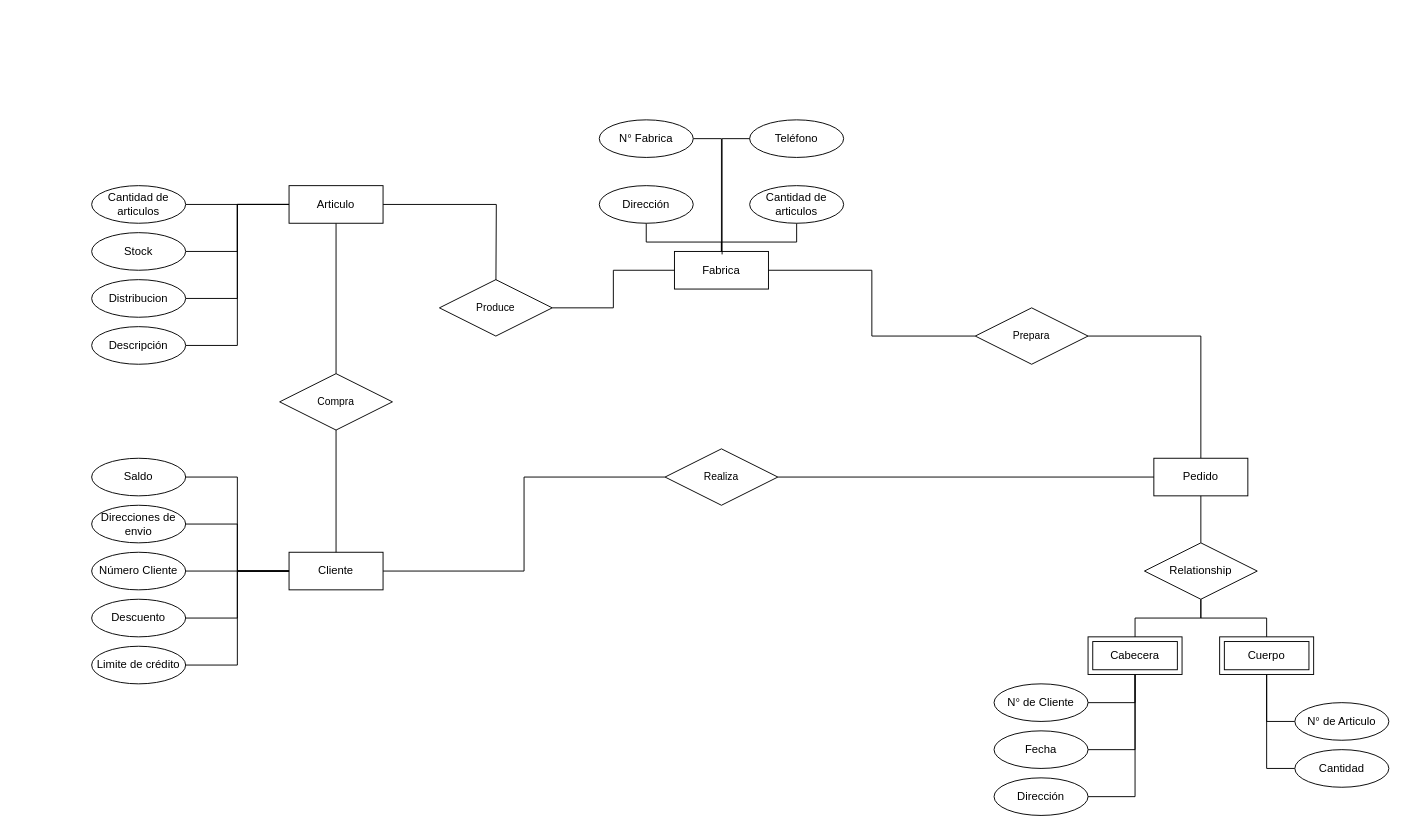
The draw.io diagram Modelamiento/Diagrama sin título.drawio in Ju4nox/UCM, before the edit. Source tidied: cells renumbered, new cells numbered last; positions are measured from the earlier drawing's top-left corner, leaving out a move shared by most shapes. Both pictures are drawn from the tidied source at 94%, with x=0, y=0 at pixel (91, 119).
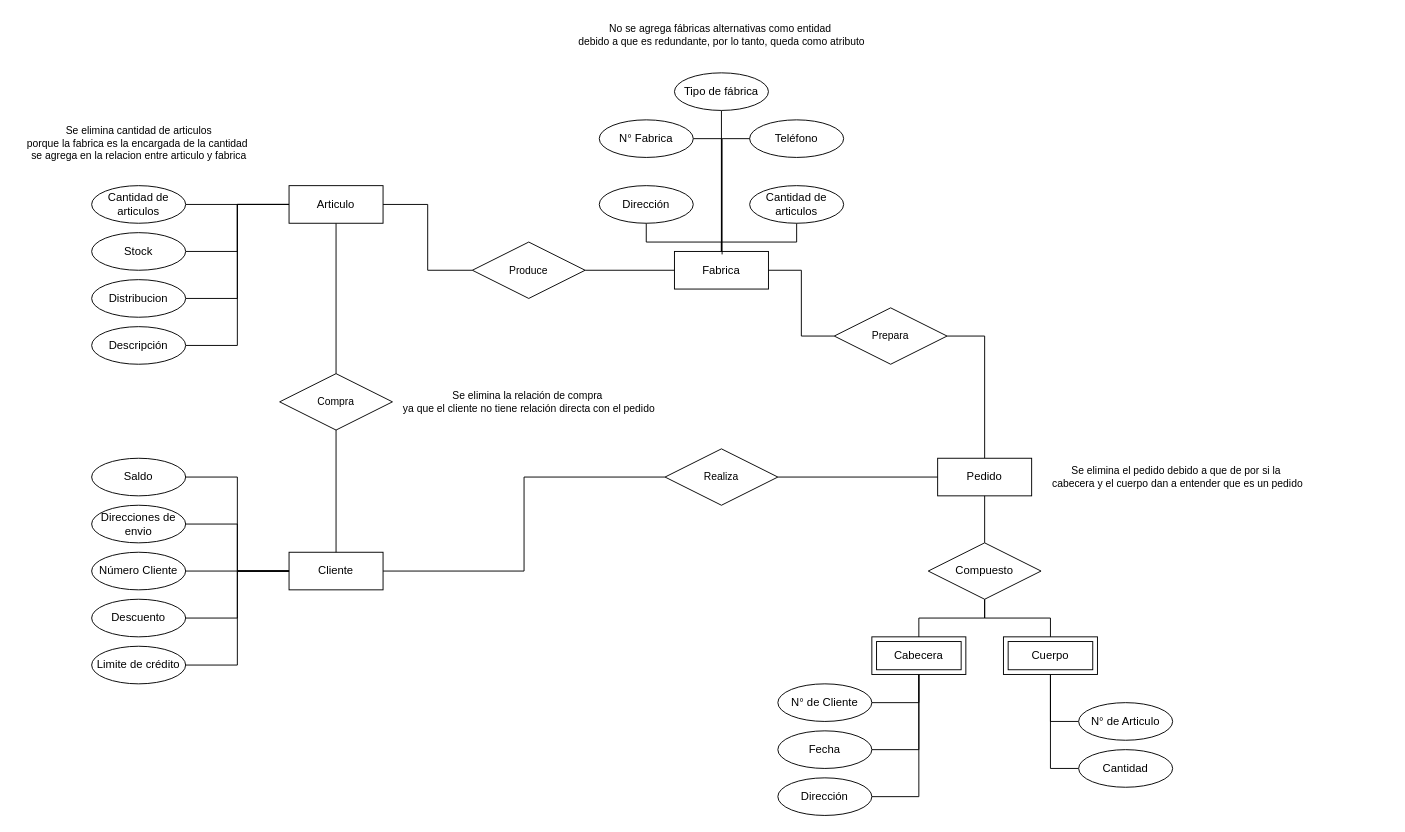
After the change.

The change refers to these unchanged cells:
```xml
<mxCell id="15" value="Articulo" style="whiteSpace=wrap;html=1;align=center;" parent="1" vertex="1">
  <mxGeometry x="210" y="70" width="100" height="40" as="geometry" />
</mxCell>
<mxCell id="39" value="Fabrica" style="whiteSpace=wrap;html=1;align=center;" parent="1" vertex="1">
  <mxGeometry x="620" y="140" width="100" height="40" as="geometry" />
</mxCell>
```

Change to the diagram source:
```diff
@@
     <mxCell id="9" value="Cabecera" style="shape=ext;margin=3;double=1;whiteSpace=wrap;html=1;align=center;" parent="1" vertex="1">
-      <mxGeometry x="1060" y="550" width="100" height="40" as="geometry" />
+      <mxGeometry x="830" y="550" width="100" height="40" as="geometry" />
     </mxCell>
@@
-    <mxCell id="14" style="edgeStyle=orthogonalEdgeStyle;shape=connector;rounded=0;jettySize=auto;html=1;exitX=1;exitY=0.5;exitDx=0;exitDy=0;entryX=0;entryY=0.5;entryDx=0;entryDy=0;strokeColor=default;align=center;verticalAlign=middle;fontFamily=Helvetica;fontSize=11;fontColor=default;labelBackgroundColor=default;startFill=0;endArrow=none;" parent="1" edge="1" source="15">
-      <mxGeometry relative="1" as="geometry">
-        <mxPoint x="430" y="190" as="targetPoint" />
-      </mxGeometry>
-    </mxCell>
@@
     <mxCell id="17" value="Pedido" style="whiteSpace=wrap;html=1;align=center;" parent="1" vertex="1">
-      <mxGeometry x="1130" y="360" width="100" height="40" as="geometry" />
+      <mxGeometry x="900" y="360" width="100" height="40" as="geometry" />
     </mxCell>
@@
     <mxCell id="20" value="Cuerpo" style="shape=ext;margin=3;double=1;whiteSpace=wrap;html=1;align=center;" parent="1" vertex="1">
-      <mxGeometry x="1200" y="550" width="100" height="40" as="geometry" />
+      <mxGeometry x="970" y="550" width="100" height="40" as="geometry" />
     </mxCell>
@@
+    <mxCell id="60" style="edgeStyle=orthogonalEdgeStyle;rounded=0;jettySize=auto;html=1;exitX=0.5;exitY=0;exitDx=0;exitDy=0;entryX=0.5;entryY=1;entryDx=0;entryDy=0;endArrow=none;startFill=0;" parent="1" edge="1" source="39" target="61">
+      <mxGeometry relative="1" as="geometry" />
+    </mxCell>
@@
     <mxCell id="42" value="Dirección" style="ellipse;whiteSpace=wrap;html=1;align=center;" parent="1" vertex="1">
-      <mxGeometry x="960" y="700" width="100" height="40" as="geometry" />
+      <mxGeometry x="730" y="700" width="100" height="40" as="geometry" />
     </mxCell>
     <mxCell id="43" value="N° de Cliente" style="ellipse;whiteSpace=wrap;html=1;align=center;" parent="1" vertex="1">
-      <mxGeometry x="960" y="600" width="100" height="40" as="geometry" />
+      <mxGeometry x="730" y="600" width="100" height="40" as="geometry" />
     </mxCell>
     <mxCell id="44" value="Fecha" style="ellipse;whiteSpace=wrap;html=1;align=center;" parent="1" vertex="1">
-      <mxGeometry x="960" y="650" width="100" height="40" as="geometry" />
+      <mxGeometry x="730" y="650" width="100" height="40" as="geometry" />
     </mxCell>
     <mxCell id="45" value="N° de Articulo" style="ellipse;whiteSpace=wrap;html=1;align=center;" parent="1" vertex="1">
-      <mxGeometry x="1280" y="620" width="100" height="40" as="geometry" />
+      <mxGeometry x="1050" y="620" width="100" height="40" as="geometry" />
     </mxCell>
     <mxCell id="46" value="Cantidad" style="ellipse;whiteSpace=wrap;html=1;align=center;" parent="1" vertex="1">
-      <mxGeometry x="1280" y="670" width="100" height="40" as="geometry" />
+      <mxGeometry x="1050" y="670" width="100" height="40" as="geometry" />
     </mxCell>
@@
-    <mxCell id="50" value="Relationship" style="shape=rhombus;perimeter=rhombusPerimeter;whiteSpace=wrap;html=1;align=center;" parent="1" vertex="1">
-      <mxGeometry x="1120" y="450" width="120" height="60" as="geometry" />
+    <mxCell id="50" value="Compuesto" style="shape=rhombus;perimeter=rhombusPerimeter;whiteSpace=wrap;html=1;align=center;" parent="1" vertex="1">
+      <mxGeometry x="890" y="450" width="120" height="60" as="geometry" />
     </mxCell>
@@
     <mxCell id="53" value="Prepara" style="shape=rhombus;perimeter=rhombusPerimeter;whiteSpace=wrap;html=1;align=center;fontFamily=Helvetica;fontSize=11;fontColor=default;labelBackgroundColor=default;" parent="1" vertex="1">
-      <mxGeometry x="940" y="200" width="120" height="60" as="geometry" />
+      <mxGeometry x="790" y="200" width="120" height="60" as="geometry" />
     </mxCell>
@@
-    <mxCell id="57" value="Produce" style="shape=rhombus;perimeter=rhombusPerimeter;whiteSpace=wrap;html=1;align=center;fontFamily=Helvetica;fontSize=11;fontColor=default;labelBackgroundColor=default;" parent="1" vertex="1">
-      <mxGeometry x="370" y="170" width="120" height="60" as="geometry" />
-    </mxCell>
@@
+    <mxCell id="61" value="Tipo de fábrica" style="ellipse;whiteSpace=wrap;html=1;align=center;" parent="1" vertex="1">
+      <mxGeometry x="620" y="-50" width="100" height="40" as="geometry" />
+    </mxCell>
+    <mxCell id="62" value="Se elimina el pedido debido a que de por si la&amp;nbsp;&lt;div&gt;cabecera y el cuerpo dan a entender que es un pedido&lt;/div&gt;" style="text;html=1;align=center;verticalAlign=middle;strokeColor=none;fillColor=none;fontFamily=Helvetica;fontSize=11;fontColor=default;labelBackgroundColor=default;" parent="1" vertex="1">
+      <mxGeometry x="1010" y="360" width="290" height="40" as="geometry" />
+    </mxCell>
+    <mxCell id="63" value="No se agrega fábricas alternativas como entidad&amp;nbsp;&lt;div&gt;debido a que es redundante, por lo tanto, queda como atributo&lt;/div&gt;" style="text;html=1;align=center;verticalAlign=middle;strokeColor=none;fillColor=none;fontFamily=Helvetica;fontSize=11;fontColor=default;labelBackgroundColor=default;" parent="1" vertex="1">
+      <mxGeometry x="505" y="-110" width="330" height="40" as="geometry" />
+    </mxCell>
+    <mxCell id="64" value="Se elimina la relación de compra&amp;nbsp;&lt;div&gt;ya que el cliente no tiene relación directa con el pedido&lt;/div&gt;" style="text;html=1;align=center;verticalAlign=middle;strokeColor=none;fillColor=none;fontFamily=Helvetica;fontSize=11;fontColor=default;labelBackgroundColor=default;" parent="1" vertex="1">
+      <mxGeometry x="320" y="280" width="290" height="40" as="geometry" />
+    </mxCell>
+    <mxCell id="65" value="Se elimina cantidad de articulos&lt;div&gt;porque la fabrica es la encargada de la cantidad&amp;nbsp;&lt;/div&gt;&lt;div&gt;se agrega en la relacion entre articulo y fabrica&lt;/div&gt;" style="text;html=1;align=center;verticalAlign=middle;strokeColor=none;fillColor=none;fontFamily=Helvetica;fontSize=11;fontColor=default;labelBackgroundColor=default;" parent="1" vertex="1">
+      <mxGeometry x="-80" width="260" height="50" as="geometry" />
+    </mxCell>
+    <mxCell id="66" style="edgeStyle=orthogonalEdgeStyle;shape=connector;rounded=0;jettySize=auto;html=1;exitX=1;exitY=0.5;exitDx=0;exitDy=0;entryX=0;entryY=0.5;entryDx=0;entryDy=0;strokeColor=default;align=center;verticalAlign=middle;fontFamily=Helvetica;fontSize=11;fontColor=default;labelBackgroundColor=default;startFill=0;endArrow=none;" parent="1" edge="1" source="15" target="57">
+      <mxGeometry relative="1" as="geometry" />
+    </mxCell>
+    <mxCell id="57" value="Produce" style="shape=rhombus;perimeter=rhombusPerimeter;whiteSpace=wrap;html=1;align=center;fontFamily=Helvetica;fontSize=11;fontColor=default;labelBackgroundColor=default;" parent="1" vertex="1">
+      <mxGeometry x="405" y="130" width="120" height="60" as="geometry" />
+    </mxCell>
```
